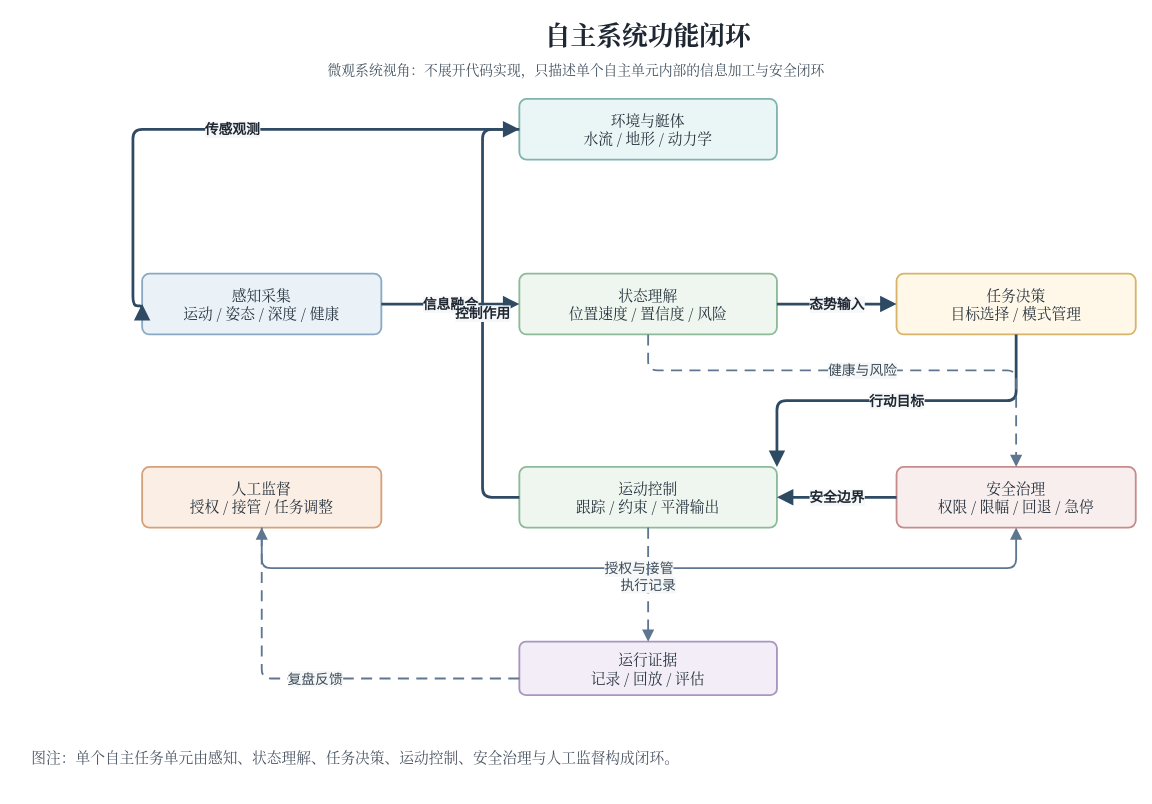
The draw.io diagram docs/thesis/figures/architecture/auv_system_autonomy_functional_loop.drawio in 360ZMEM/AUV-Master-Project, before the edit. Source tidied: cells renumbered, new cells numbered last; positions are measured from the earlier drawing's top-left corner, leaving out a move shared by most shapes. Both pictures are drawn from the tidied source at 92%, with x=0, y=0 at pixel (22, 16).
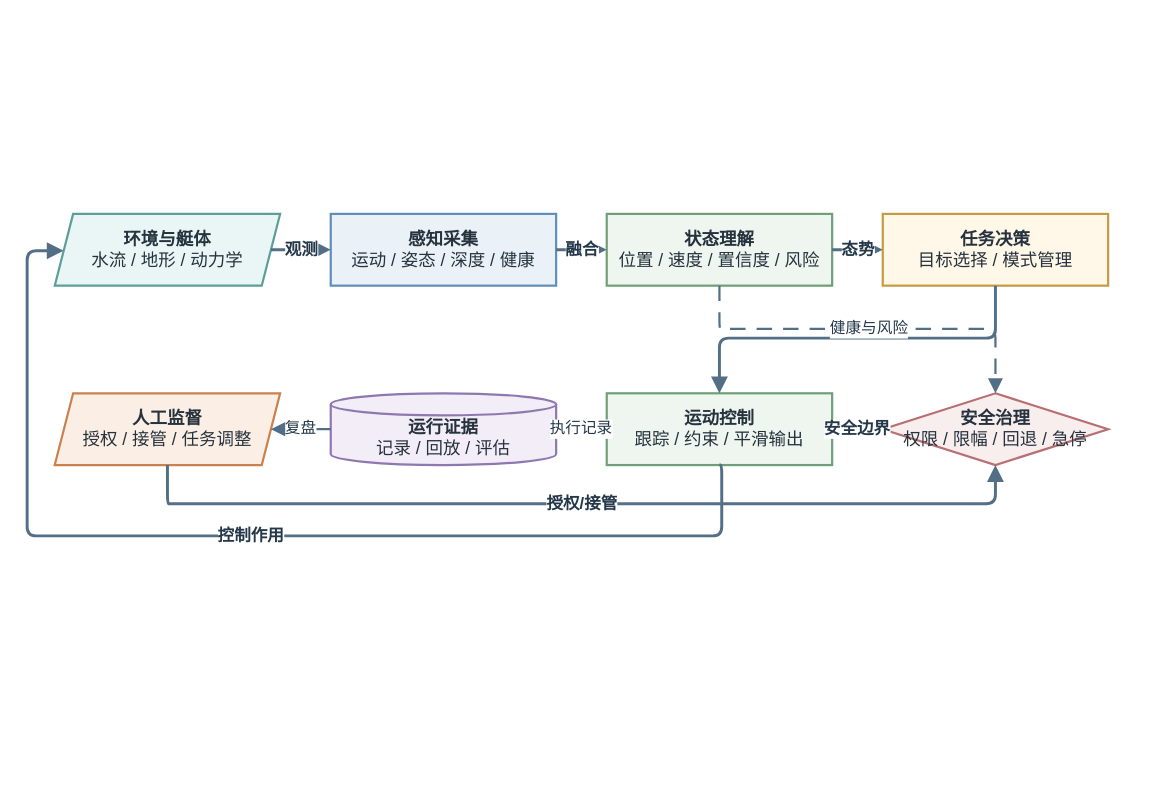
After the change.

Change to the diagram source:
```diff
@@
-    <mxCell id="2" value="自主系统功能闭环" style="text;html=1;strokeColor=none;fillColor=none;align=center;verticalAlign=middle;whiteSpace=wrap;rounded=0;fontFamily=Noto Serif CJK SC,Times New Roman;fontSize=28;fontStyle=1;fontColor=#1E2732;" parent="1" vertex="1">
-      <mxGeometry x="370" width="620" height="40" as="geometry" />
-    </mxCell>
-    <mxCell id="3" value="微观系统视角：不展开代码实现，只描述单个自主单元内部的信息加工与安全闭环" style="text;html=1;strokeColor=none;fillColor=none;align=left;verticalAlign=top;whiteSpace=wrap;rounded=0;fontFamily=Noto Serif CJK SC,Times New Roman;fontSize=15;fontColor=#43525F;" parent="1" vertex="1">
-      <mxGeometry x="330" y="42" width="720" height="34" as="geometry" />
-    </mxCell>
-    <mxCell id="4" value="环境与艇体&#10;水流 / 地形 / 动力学" style="rounded=1;whiteSpace=wrap;html=1;arcSize=12;fillColor=#EAF6F5;strokeColor=#80B4AF;strokeWidth=2;spacing=8;shadow=0;fontFamily=Noto Serif CJK SC,Times New Roman;fontSize=16;fontColor=#26323D;" parent="1" vertex="1">
-      <mxGeometry x="540" y="90" width="280" height="66" as="geometry" />
+    <mxCell id="4" value="&lt;b&gt;环境与艇体&lt;/b&gt;&lt;br&gt;水流 / 地形 / 动力学" style="shape=parallelogram;perimeter=parallelogramPerimeter;fixedSize=1;whiteSpace=wrap;html=1;align=center;verticalAlign=middle;fillColor=#EAF6F5;strokeColor=#5D9E99;strokeWidth=2.4;spacing=8;fontFamily=Songti SC;fontSize=19;fontColor=#26323D;" parent="1" vertex="1">
+      <mxGeometry x="35" y="215" width="245" height="78" as="geometry" />
     </mxCell>
-    <mxCell id="5" value="感知采集&#10;运动 / 姿态 / 深度 / 健康" style="rounded=1;whiteSpace=wrap;html=1;arcSize=12;fillColor=#EAF2F8;strokeColor=#8AA9C4;strokeWidth=2;spacing=8;shadow=0;fontFamily=Noto Serif CJK SC,Times New Roman;fontSize=16;fontColor=#26323D;" parent="1" vertex="1">
-      <mxGeometry x="130" y="280" width="260" height="66" as="geometry" />
+    <mxCell id="5" value="&lt;b&gt;感知采集&lt;/b&gt;&lt;br&gt;运动 / 姿态 / 深度 / 健康" style="rounded=0;whiteSpace=wrap;html=1;align=center;verticalAlign=middle;fillColor=#EAF2F8;strokeColor=#5F8FB8;strokeWidth=2.4;spacing=8;fontFamily=Songti SC;fontSize=19;fontColor=#26323D;" parent="1" vertex="1">
+      <mxGeometry x="335" y="215" width="245" height="78" as="geometry" />
     </mxCell>
-    <mxCell id="6" value="状态理解&#10;位置速度 / 置信度 / 风险" style="rounded=1;whiteSpace=wrap;html=1;arcSize=12;fillColor=#EEF6EF;strokeColor=#8DBA98;strokeWidth=2;spacing=8;shadow=0;fontFamily=Noto Serif CJK SC,Times New Roman;fontSize=16;fontColor=#26323D;" parent="1" vertex="1">
-      <mxGeometry x="540" y="280" width="280" height="66" as="geometry" />
-    </mxCell>
+    <mxCell id="23" value="&lt;b&gt;状态理解&lt;/b&gt;&lt;br&gt;位置 / 速度 / 置信度 / 风险" style="rounded=0;whiteSpace=wrap;html=1;align=center;verticalAlign=middle;fillColor=#EEF6EF;strokeColor=#6E9F78;strokeWidth=2.4;spacing=8;fontFamily=Songti SC;fontSize=19;fontColor=#26323D;" parent="1" vertex="1">
+      <mxGeometry x="635" y="215" width="245" height="78" as="geometry" />
+    </mxCell>
-    <mxCell id="7" value="任务决策&#10;目标选择 / 模式管理" style="rounded=1;whiteSpace=wrap;html=1;arcSize=12;fillColor=#FFF7E8;strokeColor=#D8B46A;strokeWidth=2;spacing=8;shadow=0;fontFamily=Noto Serif CJK SC,Times New Roman;fontSize=16;fontColor=#26323D;" parent="1" vertex="1">
-      <mxGeometry x="950" y="280" width="260" height="66" as="geometry" />
+    <mxCell id="7" value="&lt;b&gt;任务决策&lt;/b&gt;&lt;br&gt;目标选择 / 模式管理" style="rounded=0;whiteSpace=wrap;html=1;align=center;verticalAlign=middle;fillColor=#FFF7E8;strokeColor=#C69B42;strokeWidth=2.4;spacing=8;fontFamily=Songti SC;fontSize=19;fontColor=#26323D;" parent="1" vertex="1">
+      <mxGeometry x="935" y="215" width="245" height="78" as="geometry" />
     </mxCell>
-    <mxCell id="8" value="运动控制&#10;跟踪 / 约束 / 平滑输出" style="rounded=1;whiteSpace=wrap;html=1;arcSize=12;fillColor=#EEF6EF;strokeColor=#8DBA98;strokeWidth=2;spacing=8;shadow=0;fontFamily=Noto Serif CJK SC,Times New Roman;fontSize=16;fontColor=#26323D;" parent="1" vertex="1">
-      <mxGeometry x="540" y="490" width="280" height="66" as="geometry" />
+    <mxCell id="8" value="&lt;b&gt;运动控制&lt;/b&gt;&lt;br&gt;跟踪 / 约束 / 平滑输出" style="rounded=0;whiteSpace=wrap;html=1;align=center;verticalAlign=middle;fillColor=#EEF6EF;strokeColor=#6E9F78;strokeWidth=2.4;spacing=8;fontFamily=Songti SC;fontSize=19;fontColor=#26323D;" parent="1" vertex="1">
+      <mxGeometry x="635" y="410" width="245" height="78" as="geometry" />
     </mxCell>
-    <mxCell id="9" value="安全治理&#10;权限 / 限幅 / 回退 / 急停" style="rounded=1;whiteSpace=wrap;html=1;arcSize=12;fillColor=#F8EEEE;strokeColor=#C68C8C;strokeWidth=2;spacing=8;shadow=0;fontFamily=Noto Serif CJK SC,Times New Roman;fontSize=16;fontColor=#26323D;" parent="1" vertex="1">
-      <mxGeometry x="950" y="490" width="260" height="66" as="geometry" />
+    <mxCell id="9" value="&lt;b&gt;安全治理&lt;/b&gt;&lt;br&gt;权限 / 限幅 / 回退 / 急停" style="rhombus;whiteSpace=wrap;html=1;align=center;verticalAlign=middle;fillColor=#F8EEEE;strokeColor=#B86F73;strokeWidth=2.4;spacing=8;fontFamily=Songti SC;fontSize=19;fontColor=#26323D;" parent="1" vertex="1">
+      <mxGeometry x="935" y="410" width="245" height="78" as="geometry" />
     </mxCell>
-    <mxCell id="10" value="人工监督&#10;授权 / 接管 / 任务调整" style="rounded=1;whiteSpace=wrap;html=1;arcSize=12;fillColor=#FBEFE5;strokeColor=#D4A17B;strokeWidth=2;spacing=8;shadow=0;fontFamily=Noto Serif CJK SC,Times New Roman;fontSize=16;fontColor=#26323D;" parent="1" vertex="1">
-      <mxGeometry x="130" y="490" width="260" height="66" as="geometry" />
+    <mxCell id="10" value="&lt;b&gt;人工监督&lt;/b&gt;&lt;br&gt;授权 / 接管 / 任务调整" style="shape=parallelogram;perimeter=parallelogramPerimeter;fixedSize=1;whiteSpace=wrap;html=1;align=center;verticalAlign=middle;fillColor=#FBEFE5;strokeColor=#C9824D;strokeWidth=2.4;spacing=8;fontFamily=Songti SC;fontSize=19;fontColor=#26323D;" parent="1" vertex="1">
+      <mxGeometry x="35" y="410" width="245" height="78" as="geometry" />
     </mxCell>
-    <mxCell id="11" value="运行证据&#10;记录 / 回放 / 评估" style="rounded=1;whiteSpace=wrap;html=1;arcSize=12;fillColor=#F2EDF7;strokeColor=#A996C0;strokeWidth=2;spacing=8;shadow=0;fontFamily=Noto Serif CJK SC,Times New Roman;fontSize=16;fontColor=#26323D;" parent="1" vertex="1">
-      <mxGeometry x="540" y="680" width="280" height="58" as="geometry" />
+    <mxCell id="11" value="&lt;b&gt;运行证据&lt;/b&gt;&lt;br&gt;记录 / 回放 / 评估" style="shape=cylinder3;boundedLbl=1;backgroundOutline=1;size=12;whiteSpace=wrap;html=1;align=center;verticalAlign=middle;fillColor=#F2EDF7;strokeColor=#8F78AF;strokeWidth=2.4;spacing=8;fontFamily=Songti SC;fontSize=19;fontColor=#26323D;" parent="1" vertex="1">
+      <mxGeometry x="335" y="410" width="245" height="78" as="geometry" />
     </mxCell>
-    <mxCell id="12" value="传感观测" style="edgeStyle=orthogonalEdgeStyle;rounded=1;jettySize=auto;html=1;strokeColor=#2F4A63;fontColor=#1E2732;fontSize=15;fontStyle=1;strokeWidth=3;labelBackgroundColor=#F6F7F8;labelBorderColor=none;endArrow=block;endFill=1;endSize=10;exitX=0;exitY=0.5;entryX=0;entryY=0.5;" parent="1" edge="1" source="4" target="5">
-      <mxGeometry relative="1" as="geometry">
-        <Array as="points">
-          <mxPoint x="120" y="123" />
-          <mxPoint x="120" y="315" />
-        </Array>
-      </mxGeometry>
+    <mxCell id="12" value="观测" style="edgeStyle=orthogonalEdgeStyle;rounded=1;jettySize=auto;html=1;strokeColor=#536F87;strokeWidth=3.2;fontFamily=Songti SC;fontSize=18;fontStyle=1;fontColor=#25384A;labelBackgroundColor=#FFFFFF;labelBorderColor=none;endArrow=block;endFill=1;endSize=10;exitX=1;entryX=0;" parent="1" edge="1" source="4" target="5">
+      <mxGeometry relative="1" as="geometry" />
     </mxCell>
-    <mxCell id="13" value="信息融合" style="edgeStyle=orthogonalEdgeStyle;rounded=1;jettySize=auto;html=1;strokeColor=#2F4A63;fontColor=#1E2732;fontSize=15;fontStyle=1;strokeWidth=3;labelBackgroundColor=#F6F7F8;labelBorderColor=none;endArrow=block;endFill=1;endSize=10;exitX=1;entryX=0;" parent="1" edge="1" source="5" target="6">
+    <mxCell id="13" value="融合" style="edgeStyle=orthogonalEdgeStyle;rounded=1;jettySize=auto;html=1;strokeColor=#536F87;strokeWidth=3.2;fontFamily=Songti SC;fontSize=18;fontStyle=1;fontColor=#25384A;labelBackgroundColor=#FFFFFF;labelBorderColor=none;endArrow=block;endFill=1;endSize=10;exitX=1;entryX=0;" parent="1" edge="1" source="5" target="23">
       <mxGeometry relative="1" as="geometry" />
     </mxCell>
-    <mxCell id="14" value="态势输入" style="edgeStyle=orthogonalEdgeStyle;rounded=1;jettySize=auto;html=1;strokeColor=#2F4A63;fontColor=#1E2732;fontSize=15;fontStyle=1;strokeWidth=3;labelBackgroundColor=#F6F7F8;labelBorderColor=none;endArrow=block;endFill=1;endSize=10;exitX=1;entryX=0;" parent="1" edge="1" source="6" target="7">
+    <mxCell id="14" value="态势" style="edgeStyle=orthogonalEdgeStyle;rounded=1;jettySize=auto;html=1;strokeColor=#536F87;strokeWidth=3.2;fontFamily=Songti SC;fontSize=18;fontStyle=1;fontColor=#25384A;labelBackgroundColor=#FFFFFF;labelBorderColor=none;endArrow=block;endFill=1;endSize=10;exitX=1;entryX=0;" parent="1" edge="1" source="23" target="7">
       <mxGeometry relative="1" as="geometry" />
     </mxCell>
-    <mxCell id="15" value="行动目标" style="edgeStyle=orthogonalEdgeStyle;rounded=1;jettySize=auto;html=1;strokeColor=#2F4A63;fontColor=#1E2732;fontSize=15;fontStyle=1;strokeWidth=3;labelBackgroundColor=#F6F7F8;labelBorderColor=none;endArrow=block;endFill=1;endSize=10;exitX=0.5;exitY=1;entryX=1;entryY=0;" parent="1" edge="1" source="7" target="8">
-      <mxGeometry relative="1" as="geometry" />
+    <mxCell id="15" style="edgeStyle=orthogonalEdgeStyle;rounded=1;jettySize=auto;html=1;strokeColor=#536F87;strokeWidth=3.2;fontFamily=Songti SC;fontSize=18;fontStyle=1;fontColor=#25384A;labelBackgroundColor=#FFFFFF;labelBorderColor=none;endArrow=block;endFill=1;endSize=10;exitX=0.5;exitY=1;entryX=0.5;entryY=0;" parent="1" edge="1" source="7" target="8">
+      <mxGeometry relative="1" as="geometry">
+        <Array as="points">
+          <mxPoint x="1058" y="350" />
+          <mxPoint x="758" y="350" />
+        </Array>
+      </mxGeometry>
     </mxCell>
-    <mxCell id="16" value="控制作用" style="edgeStyle=orthogonalEdgeStyle;rounded=1;jettySize=auto;html=1;strokeColor=#2F4A63;fontColor=#1E2732;fontSize=15;fontStyle=1;strokeWidth=3;labelBackgroundColor=#F6F7F8;labelBorderColor=none;endArrow=block;endFill=1;endSize=10;exitX=0;exitY=0.5;entryX=0;entryY=0.5;" parent="1" edge="1" source="8" target="4">
+    <mxCell id="16" value="控制作用" style="edgeStyle=orthogonalEdgeStyle;rounded=1;jettySize=auto;html=1;strokeColor=#536F87;strokeWidth=3.2;fontFamily=Songti SC;fontSize=18;fontStyle=1;fontColor=#25384A;labelBackgroundColor=#FFFFFF;labelBorderColor=none;endArrow=block;endFill=1;endSize=10;exitX=0.5;exitY=1;entryX=0;" parent="1" edge="1" source="8" target="4">
       <mxGeometry relative="1" as="geometry">
         <Array as="points">
-          <mxPoint x="500" y="523" />
-          <mxPoint x="500" y="123" />
+          <mxPoint x="760" y="565" />
+          <mxPoint x="5" y="565" />
+          <mxPoint x="5" y="255" />
         </Array>
       </mxGeometry>
     </mxCell>
-    <mxCell id="17" value="授权与接管" style="edgeStyle=orthogonalEdgeStyle;rounded=1;jettySize=auto;html=1;strokeColor=#5F7690;fontColor=#3B4A57;fontSize=15;strokeWidth=2;labelBackgroundColor=#F6F7F8;labelBorderColor=none;endArrow=block;endFill=1;endSize=8;exitX=0.5;exitY=1;entryX=0.5;entryY=1;" parent="1" edge="1" source="10" target="9">
+    <mxCell id="17" value="授权/接管" style="edgeStyle=orthogonalEdgeStyle;rounded=1;jettySize=auto;html=1;strokeColor=#536F87;strokeWidth=3.2;fontFamily=Songti SC;fontSize=18;fontStyle=1;fontColor=#25384A;labelBackgroundColor=#FFFFFF;labelBorderColor=none;endArrow=block;endFill=1;endSize=10;exitX=0.5;exitY=1;entryX=0.5;entryY=1;" parent="1" edge="1" source="10" target="9">
       <mxGeometry relative="1" as="geometry">
         <Array as="points">
-          <mxPoint x="260" y="600" />
-          <mxPoint x="1080" y="600" />
+          <mxPoint x="160" y="530" />
+          <mxPoint x="1060" y="530" />
         </Array>
       </mxGeometry>
     </mxCell>
-    <mxCell id="18" value="安全边界" style="edgeStyle=orthogonalEdgeStyle;rounded=1;jettySize=auto;html=1;strokeColor=#2F4A63;fontColor=#1E2732;fontSize=15;fontStyle=1;strokeWidth=3;labelBackgroundColor=#F6F7F8;labelBorderColor=none;endArrow=block;endFill=1;endSize=10;exitX=0;entryX=1;" parent="1" edge="1" source="9" target="8">
+    <mxCell id="18" value="安全边界" style="edgeStyle=orthogonalEdgeStyle;rounded=1;jettySize=auto;html=1;strokeColor=#536F87;strokeWidth=3.2;fontFamily=Songti SC;fontSize=18;fontStyle=1;fontColor=#25384A;labelBackgroundColor=#FFFFFF;labelBorderColor=none;endArrow=block;endFill=1;endSize=10;exitX=0;entryX=1;" parent="1" edge="1" source="9" target="8">
       <mxGeometry relative="1" as="geometry" />
     </mxCell>
-    <mxCell id="19" value="健康与风险" style="edgeStyle=orthogonalEdgeStyle;rounded=1;jettySize=auto;html=1;strokeColor=#5F7690;fontColor=#3B4A57;fontSize=15;strokeWidth=2;labelBackgroundColor=#F6F7F8;labelBorderColor=none;endArrow=block;endFill=1;endSize=8;dashed=1;dashPattern=6 4;exitX=1;entryX=0.5;entryY=0;" parent="1" edge="1" source="6" target="9">
+    <mxCell id="19" value="健康与风险" style="edgeStyle=orthogonalEdgeStyle;rounded=1;jettySize=auto;html=1;strokeColor=#536F87;strokeWidth=2.4;fontFamily=Songti SC;fontSize=17;fontColor=#25384A;labelBackgroundColor=#FFFFFF;labelBorderColor=none;endArrow=block;endFill=1;endSize=10;dashed=1;dashPattern=7 5;exitX=0.5;exitY=1;entryX=0.5;entryY=0;" parent="1" edge="1" source="23" target="9">
       <mxGeometry relative="1" as="geometry">
         <Array as="points">
-          <mxPoint x="875" y="385" />
-          <mxPoint x="1090" y="385" />
+          <mxPoint x="760" y="340" />
+          <mxPoint x="1060" y="340" />
         </Array>
       </mxGeometry>
     </mxCell>
-    <mxCell id="20" value="执行记录" style="edgeStyle=orthogonalEdgeStyle;rounded=1;jettySize=auto;html=1;strokeColor=#5F7690;fontColor=#3B4A57;fontSize=15;strokeWidth=2;labelBackgroundColor=#F6F7F8;labelBorderColor=none;endArrow=block;endFill=1;endSize=8;dashed=1;dashPattern=6 4;exitX=0.5;exitY=1;entryX=0.5;entryY=0;" parent="1" edge="1" source="8" target="11">
+    <mxCell id="20" value="执行记录" style="edgeStyle=orthogonalEdgeStyle;rounded=1;jettySize=auto;html=1;strokeColor=#536F87;strokeWidth=2.4;fontFamily=Songti SC;fontSize=17;fontColor=#25384A;labelBackgroundColor=#FFFFFF;labelBorderColor=none;endArrow=block;endFill=1;endSize=10;dashed=1;dashPattern=7 5;exitX=0;entryX=1;" parent="1" edge="1" source="8" target="11">
       <mxGeometry relative="1" as="geometry" />
     </mxCell>
-    <mxCell id="21" value="复盘反馈" style="edgeStyle=orthogonalEdgeStyle;rounded=1;jettySize=auto;html=1;strokeColor=#5F7690;fontColor=#3B4A57;fontSize=15;strokeWidth=2;labelBackgroundColor=#F6F7F8;labelBorderColor=none;endArrow=block;endFill=1;endSize=8;dashed=1;dashPattern=6 4;exitX=0;entryX=0.5;entryY=1;" parent="1" edge="1" source="11" target="10">
-      <mxGeometry relative="1" as="geometry">
-        <Array as="points">
-          <mxPoint x="260" y="720" />
-        </Array>
-      </mxGeometry>
+    <mxCell id="21" value="复盘" style="edgeStyle=orthogonalEdgeStyle;rounded=1;jettySize=auto;html=1;strokeColor=#536F87;strokeWidth=2.4;fontFamily=Songti SC;fontSize=17;fontColor=#25384A;labelBackgroundColor=#FFFFFF;labelBorderColor=none;endArrow=block;endFill=1;endSize=10;dashed=1;dashPattern=7 5;exitX=0;entryX=1;" parent="1" edge="1" source="11" target="10">
+      <mxGeometry relative="1" as="geometry" />
     </mxCell>
-    <mxCell id="22" value="图注：单个自主任务单元由感知、状态理解、任务决策、运动控制、安全治理与人工监督构成闭环。" style="text;html=1;align=left;verticalAlign=middle;whiteSpace=wrap;fontFamily=Noto Serif CJK SC;fontSize=16;fontColor=#4B5563;spacingLeft=8;spacingRight=8;" parent="1" vertex="1">
-      <mxGeometry y="770" width="1190" height="70" as="geometry" />
-    </mxCell>
```
